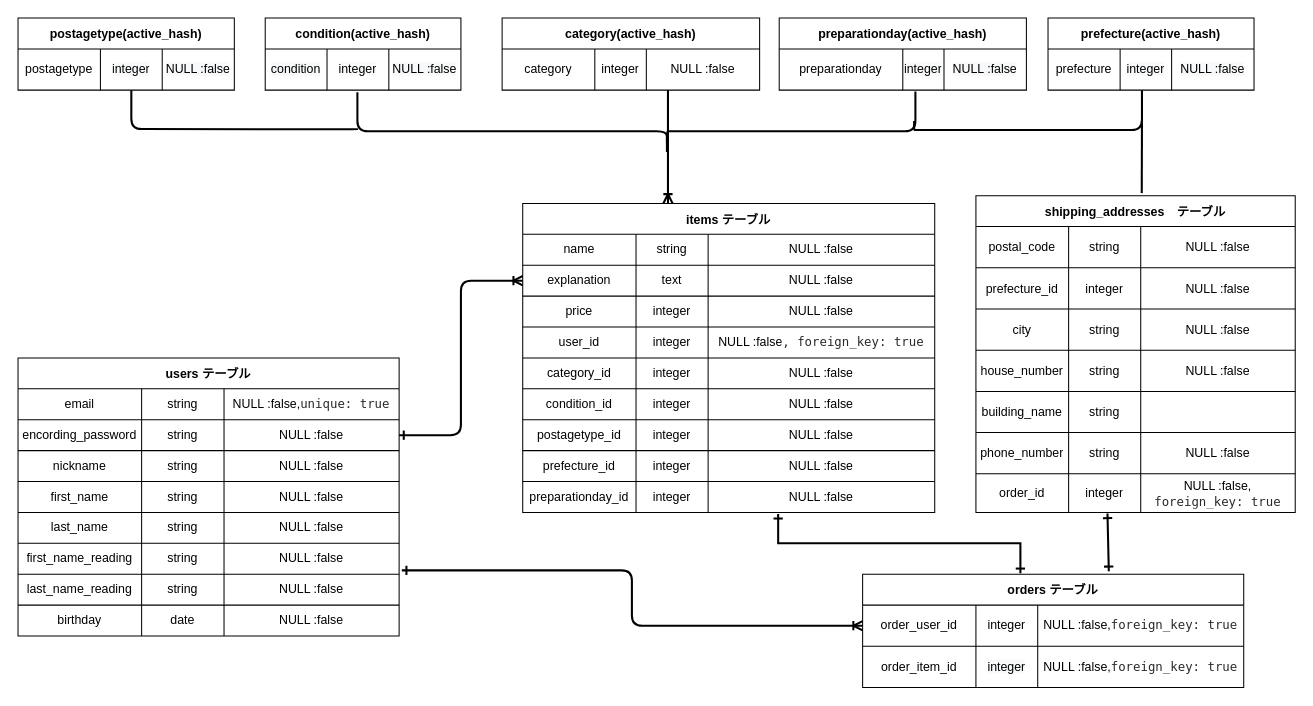
kennji0603/furima-38055 keeps this draw.io diagram as furima.dio. Above is the earlier version. Source tidied: cells renumbered, new cells numbered last; positions are measured from the earlier drawing's top-left corner, leaving out a move shared by most shapes. Both pictures are drawn from the tidied source at 103%, with x=0, y=0 at pixel (18, 18).
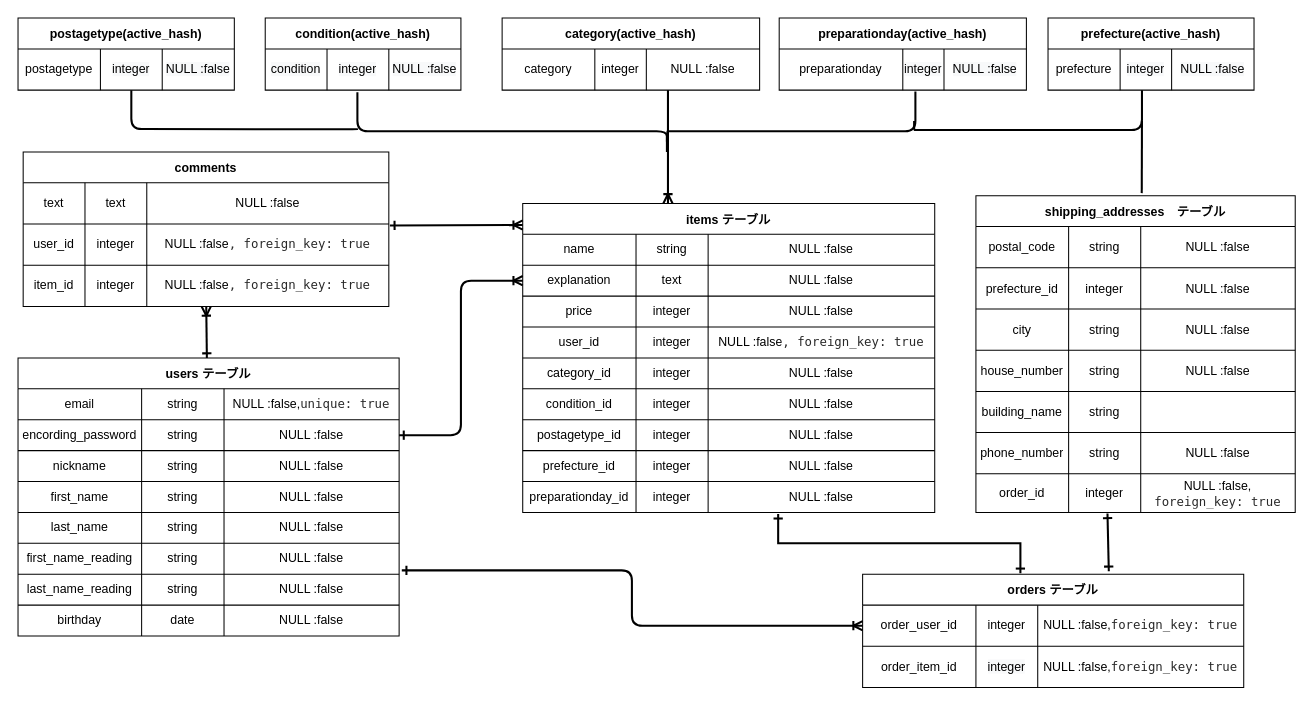
After the change.

Unchanged cells that the change refers to:
```xml
<mxCell id="2" value="users テーブル" style="shape=table;startSize=30;childLayout=tableLayout;fontStyle=1;align=center;" parent="1" vertex="1">
  <mxGeometry y="330" width="370" height="270" as="geometry" />
</mxCell>
```

Diff of the diagram source:
```diff
@@
+    <mxCell id="145" style="edgeStyle=none;html=1;endArrow=ERoneToMany;endFill=0;startArrow=ERone;startFill=0;strokeWidth=2;" parent="1" edge="1" source="2" target="155">
+      <mxGeometry relative="1" as="geometry" />
+    </mxCell>
@@
+    <mxCell id="146" value="comments" style="shape=table;startSize=30;childLayout=tableLayout;fontStyle=1;align=center;" parent="1" vertex="1">
+      <mxGeometry x="5" y="130" width="355" height="150" as="geometry" />
+    </mxCell>
+    <mxCell id="147" style="shape=partialRectangle;html=1;whiteSpace=wrap;fillColor=none;top=0;left=0;bottom=0;right=0;" parent="146" vertex="1">
+      <mxGeometry y="30" width="355" height="40" as="geometry" />
+    </mxCell>
+    <mxCell id="148" value="text&lt;br&gt;" style="shape=partialRectangle;html=1;whiteSpace=wrap;fillColor=none;top=0;left=0;bottom=0;right=0;overflow=hidden;" parent="147" vertex="1">
+      <mxGeometry width="60" height="40" as="geometry" />
+    </mxCell>
+    <mxCell id="149" value="text" style="shape=partialRectangle;html=1;whiteSpace=wrap;fillColor=none;top=0;left=0;bottom=0;right=0;overflow=hidden;" parent="147" vertex="1">
+      <mxGeometry x="60" width="60" height="40" as="geometry" />
+    </mxCell>
+    <mxCell id="150" value="&lt;span&gt;NULL :false&lt;/span&gt;" style="shape=partialRectangle;html=1;whiteSpace=wrap;fillColor=none;top=0;left=0;bottom=0;right=0;overflow=hidden;" parent="147" vertex="1">
+      <mxGeometry x="120" width="235" height="40" as="geometry" />
+    </mxCell>
+    <mxCell id="151" style="shape=partialRectangle;html=1;whiteSpace=wrap;fillColor=none;top=0;left=0;bottom=0;right=0;points=[[0,0.5],[1,0.5]];portConstraint=eastwest;" parent="146" vertex="1">
+      <mxGeometry y="70" width="355" height="40" as="geometry" />
+    </mxCell>
+    <mxCell id="152" value="&lt;span&gt;user_id&lt;/span&gt;" style="shape=partialRectangle;html=1;whiteSpace=wrap;fillColor=none;top=0;left=0;bottom=0;right=0;overflow=hidden;" parent="151" vertex="1">
+      <mxGeometry width="60" height="40" as="geometry" />
+    </mxCell>
+    <mxCell id="153" value="&lt;span&gt;integer&lt;/span&gt;" style="shape=partialRectangle;html=1;whiteSpace=wrap;fillColor=none;top=0;left=0;bottom=0;right=0;overflow=hidden;" parent="151" vertex="1">
+      <mxGeometry x="60" width="60" height="40" as="geometry" />
+    </mxCell>
+    <mxCell id="154" value="&lt;span&gt;NULL :false&lt;/span&gt;&lt;span style=&quot;background-color: rgb(255 , 255 , 255) ; color: rgb(41 , 41 , 41) ; font-family: &amp;#34;menlo&amp;#34; , &amp;#34;monaco&amp;#34; , &amp;#34;courier new&amp;#34; , monospace&quot;&gt;, foreign_key: true&lt;/span&gt;" style="shape=partialRectangle;html=1;whiteSpace=wrap;fillColor=none;top=0;left=0;bottom=0;right=0;overflow=hidden;" parent="151" vertex="1">
+      <mxGeometry x="120" width="235" height="40" as="geometry" />
+    </mxCell>
+    <mxCell id="155" style="shape=partialRectangle;html=1;whiteSpace=wrap;fillColor=none;top=0;left=0;bottom=0;right=0;points=[[0,0.5],[1,0.5]];portConstraint=eastwest;" parent="146" vertex="1">
+      <mxGeometry y="110" width="355" height="40" as="geometry" />
+    </mxCell>
+    <mxCell id="156" value="&lt;span&gt;item_id&lt;/span&gt;" style="shape=partialRectangle;html=1;whiteSpace=wrap;fillColor=none;top=0;left=0;bottom=0;right=0;overflow=hidden;" parent="155" vertex="1">
+      <mxGeometry width="60" height="40" as="geometry" />
+    </mxCell>
+    <mxCell id="157" value="&lt;span&gt;integer&lt;/span&gt;" style="shape=partialRectangle;html=1;whiteSpace=wrap;fillColor=none;top=0;left=0;bottom=0;right=0;overflow=hidden;" parent="155" vertex="1">
+      <mxGeometry x="60" width="60" height="40" as="geometry" />
+    </mxCell>
+    <mxCell id="158" value="&lt;span&gt;NULL :false&lt;/span&gt;&lt;span style=&quot;background-color: rgb(255 , 255 , 255) ; color: rgb(41 , 41 , 41) ; font-family: &amp;#34;menlo&amp;#34; , &amp;#34;monaco&amp;#34; , &amp;#34;courier new&amp;#34; , monospace&quot;&gt;, foreign_key: true&lt;/span&gt;" style="shape=partialRectangle;html=1;whiteSpace=wrap;fillColor=none;top=0;left=0;bottom=0;right=0;overflow=hidden;" parent="155" vertex="1">
+      <mxGeometry x="120" width="235" height="40" as="geometry" />
+    </mxCell>
+    <mxCell id="159" style="edgeStyle=none;html=1;endArrow=ERoneToMany;endFill=0;startArrow=ERone;startFill=0;strokeWidth=2;exitX=1.003;exitY=0.035;exitDx=0;exitDy=0;exitPerimeter=0;" parent="1" edge="1" source="151">
+      <mxGeometry relative="1" as="geometry">
+        <mxPoint x="490" y="201" as="targetPoint" />
+      </mxGeometry>
+    </mxCell>
```
